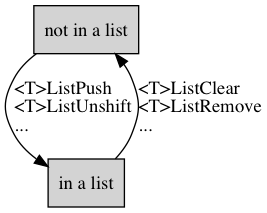
Above: web/node-states.png in neil-edelman/boxes (Graphviz), before the change. Its source is kept beside it as web/node-states.gv. The source it was exported from:
```dot
digraph {
	node [ shape=record, style=filled ];
	not [ label = "{not in a list\l}" ];
	in [ label = "{in a list\l}" ];
	not -> in [ label = "<T>ListPush\l<T>ListUnshift\l...\l" ];
	in -> not [ label = "<T>ListClear\l<T>ListRemove\l...\l" ];
}
```
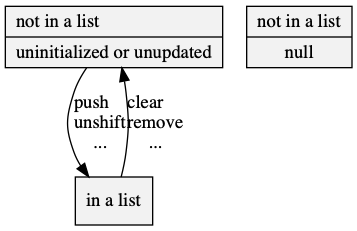
The same file after the commit.

The edit, as a diff of the source:
```diff
@@ -1,7 +1,9 @@
 digraph {
-	node [ shape=record, style=filled ];
-	not [ label = "{not in a list\l}" ];
-	in [ label = "{in a list\l}" ];
-	not -> in [ label = "<T>ListPush\l<T>ListUnshift\l...\l" ];
-	in -> not [ label = "<T>ListClear\l<T>ListRemove\l...\l" ];
+	fontface=modern;
+	node [shape=record, style=filled, fillcolor="Gray95"];
+	not [label="{not in a list\l|uninitialized or unupdated\l}"];
+	zero [label="{not in a list\l|null}"];
+	in [ label = "in a list" ];
+	not -> in [ label = "push\lunshift\l..." ];
+	in -> not [ label = "clear\lremove\l..." ];
 }
```
